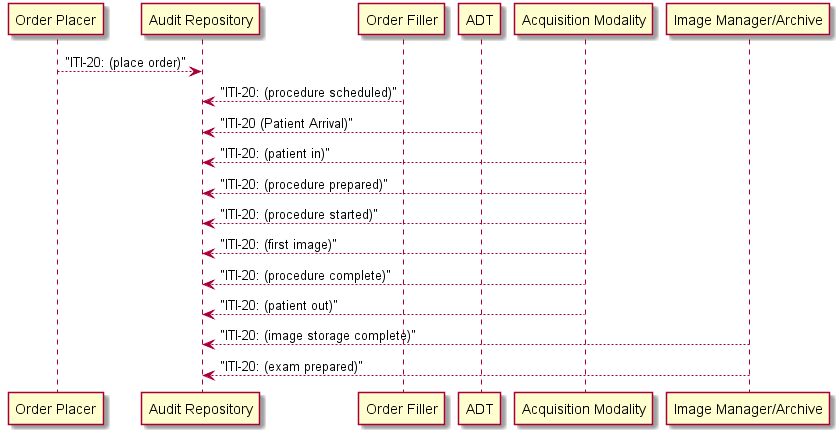
Before: order-perform-study.png, a diagram exported from PlantUML (rjhorn-agfa/SOLE).
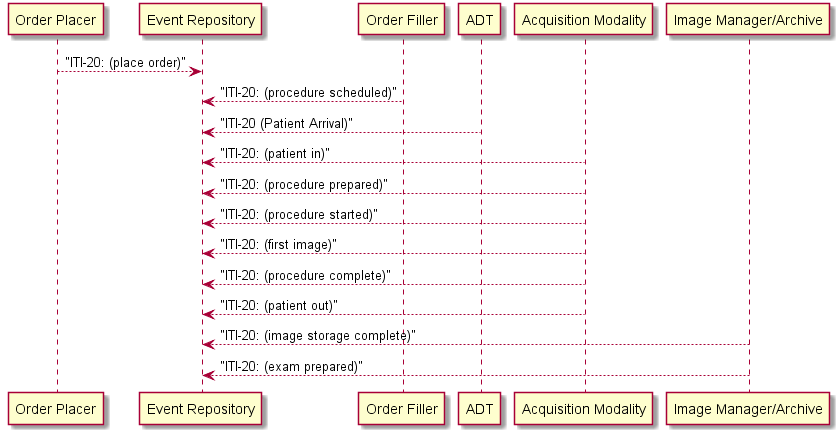
Above is the later version.

Diff of the diagram source:
```diff
@@ -1,13 +1,13 @@
 @startuml
-"Order Placer" --> "Audit Repository" : "ITI-20: (place order)"
-"Order Filler" --> "Audit Repository" : "ITI-20: (procedure scheduled)"
-"ADT" --> "Audit Repository" : "ITI-20 (Patient Arrival)"
-"Acquisition Modality" --> "Audit Repository" : "ITI-20: (patient in)"
-"Acquisition Modality" --> "Audit Repository" : "ITI-20: (procedure prepared)"
-"Acquisition Modality" --> "Audit Repository" : "ITI-20: (procedure started)"
-"Acquisition Modality" --> "Audit Repository" : "ITI-20: (first image)"
-"Acquisition Modality" --> "Audit Repository" : "ITI-20: (procedure complete)"
-"Acquisition Modality" --> "Audit Repository" : "ITI-20: (patient out)"
-"Image Manager/Archive" --> "Audit Repository" : "ITI-20: (image storage complete)"
-"Image Manager/Archive" --> "Audit Repository" : "ITI-20: (exam prepared)"
+"Order Placer" --> "Event Repository" : "ITI-20: (place order)"
+"Order Filler" --> "Event Repository" : "ITI-20: (procedure scheduled)"
+"ADT" --> "Event Repository" : "ITI-20 (Patient Arrival)"
+"Acquisition Modality" --> "Event Repository" : "ITI-20: (patient in)"
+"Acquisition Modality" --> "Event Repository" : "ITI-20: (procedure prepared)"
+"Acquisition Modality" --> "Event Repository" : "ITI-20: (procedure started)"
+"Acquisition Modality" --> "Event Repository" : "ITI-20: (first image)"
+"Acquisition Modality" --> "Event Repository" : "ITI-20: (procedure complete)"
+"Acquisition Modality" --> "Event Repository" : "ITI-20: (patient out)"
+"Image Manager/Archive" --> "Event Repository" : "ITI-20: (image storage complete)"
+"Image Manager/Archive" --> "Event Repository" : "ITI-20: (exam prepared)"
 @enduml
```
